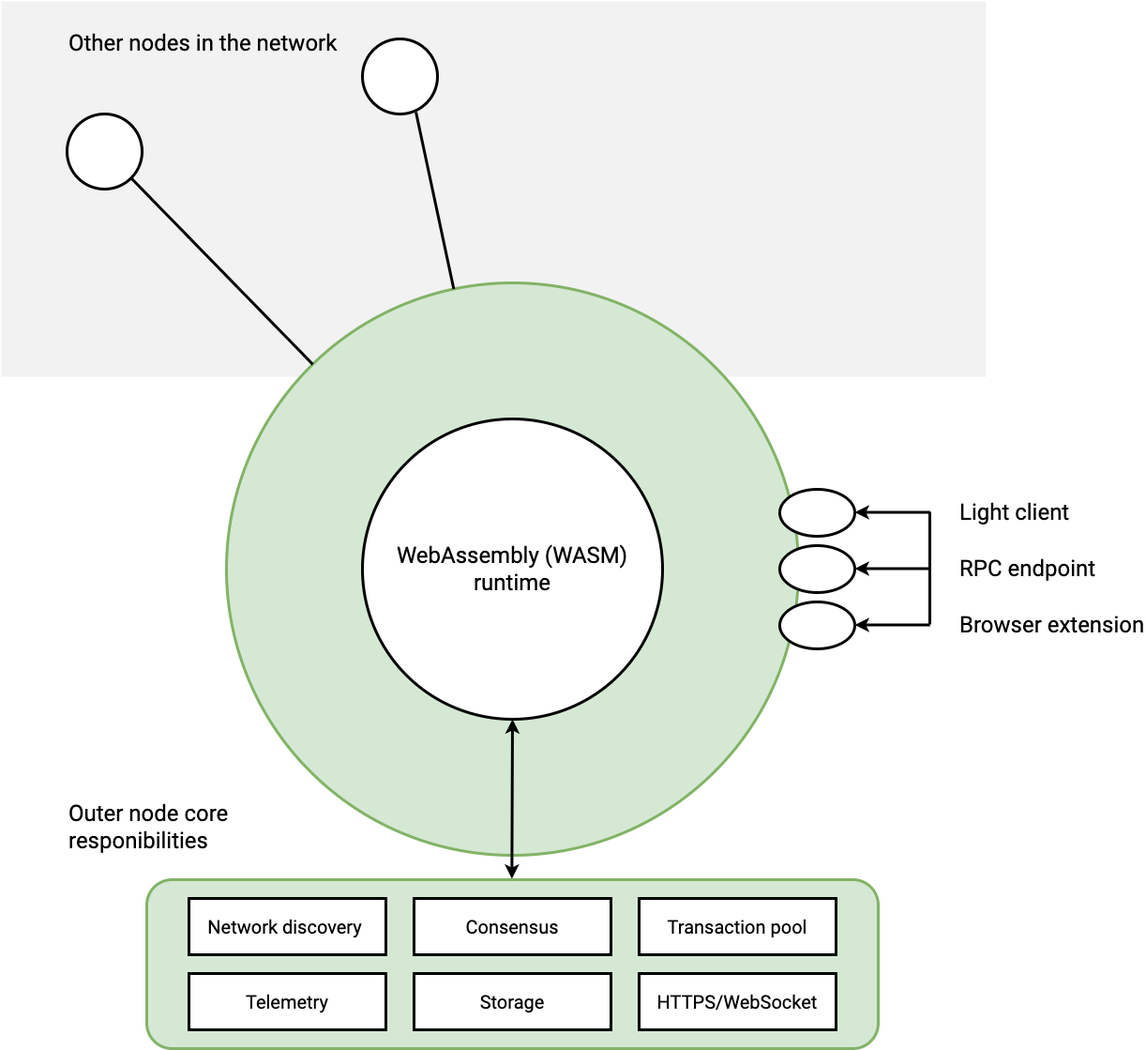
Above: content/media/images/docs/main-docs/sub-arch-1.png in polkadot-developers/substrate-docs (draw.io), before the change. Source tidied: cells renumbered, new cells last; positions are measured from the earlier drawing's top-left corner, leaving out a move shared by most shapes.
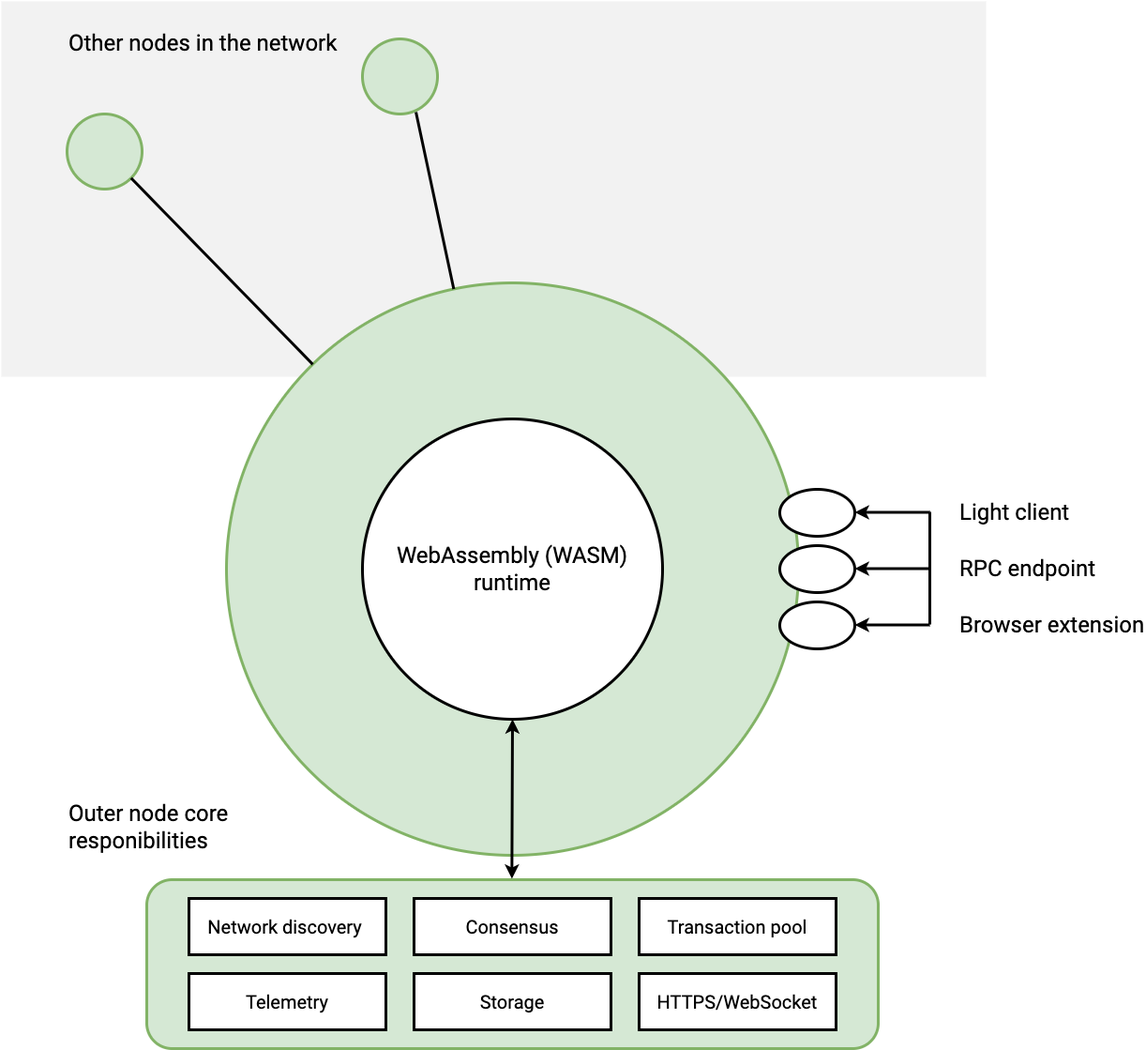
After the change.

Commit message:
Update diagram and draft content

Diff of the diagram source:
```diff
@@ -23,10 +23,10 @@
     <mxCell id="8" style="ellipse;whiteSpace=wrap;html=1;strokeWidth=3;" parent="1" vertex="1">
       <mxGeometry x="830" y="520" width="80" height="50" as="geometry" />
     </mxCell>
-    <mxCell id="9" style="ellipse;whiteSpace=wrap;html=1;strokeWidth=3;" parent="1" vertex="1">
+    <mxCell id="9" style="ellipse;whiteSpace=wrap;html=1;strokeWidth=3;fillColor=#d5e8d4;strokeColor=#82b366;" parent="1" vertex="1">
       <mxGeometry x="70" y="120" width="80" height="80" as="geometry" />
     </mxCell>
-    <mxCell id="10" style="ellipse;whiteSpace=wrap;html=1;strokeWidth=3;" parent="1" vertex="1">
+    <mxCell id="10" style="ellipse;whiteSpace=wrap;html=1;strokeWidth=3;fillColor=#d5e8d4;strokeColor=#82b366;" parent="1" vertex="1">
       <mxGeometry x="385" y="40" width="80" height="80" as="geometry" />
     </mxCell>
     <mxCell id="11" style="endArrow=none;html=1;rounded=0;strokeWidth=3;startArrow=classic;startFill=1;" parent="1" edge="1">
```
